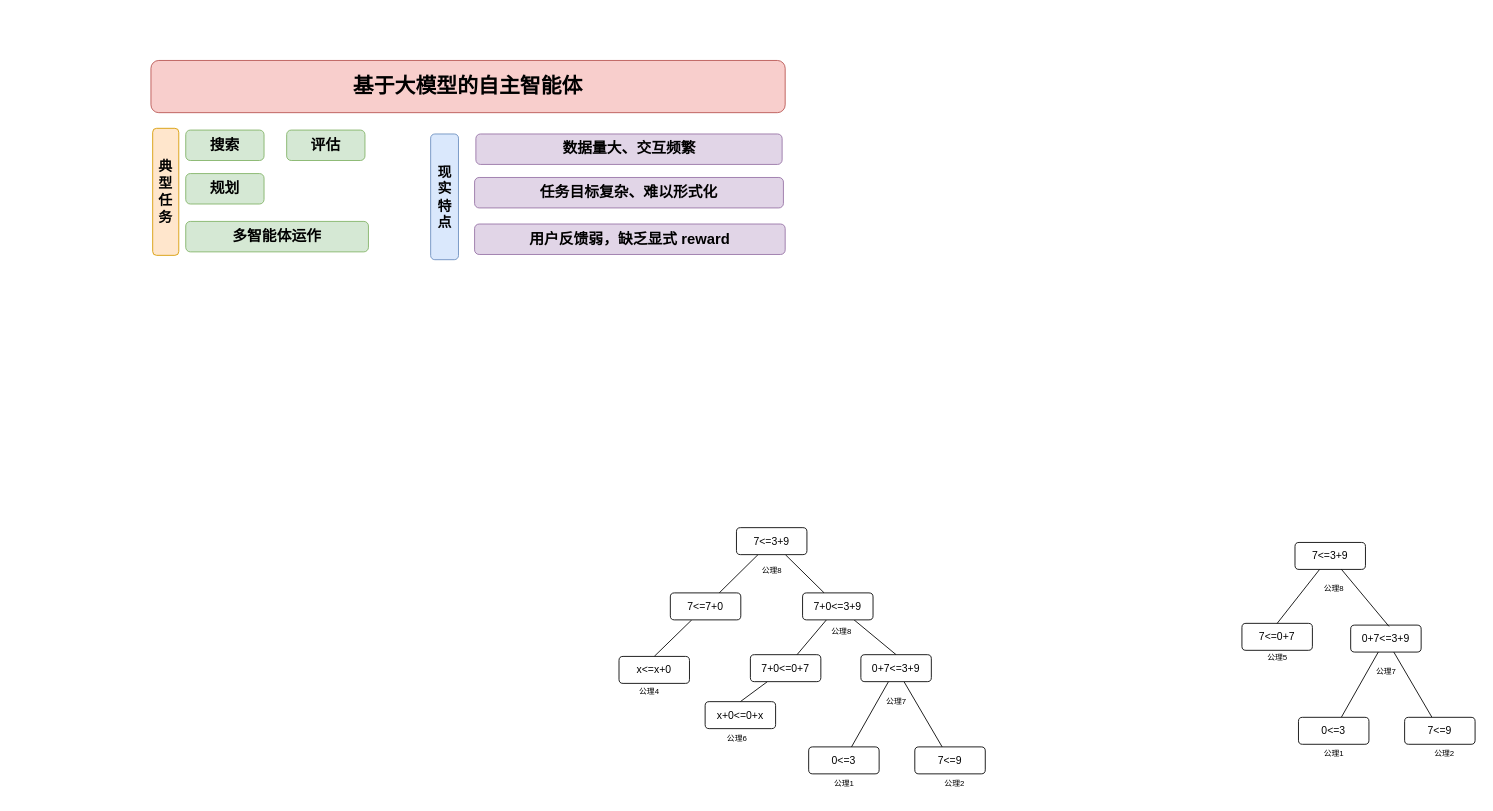
The draw.io diagram 测试.drawio in YiningZhang2002/BackUp, before the edit. Source tidied: cells renumbered, new cells numbered last; positions are measured from the earlier drawing's top-left corner, leaving out a move shared by most shapes. Both pictures are drawn from the tidied source at 87%, with x=0, y=0 at pixel (151, 60).
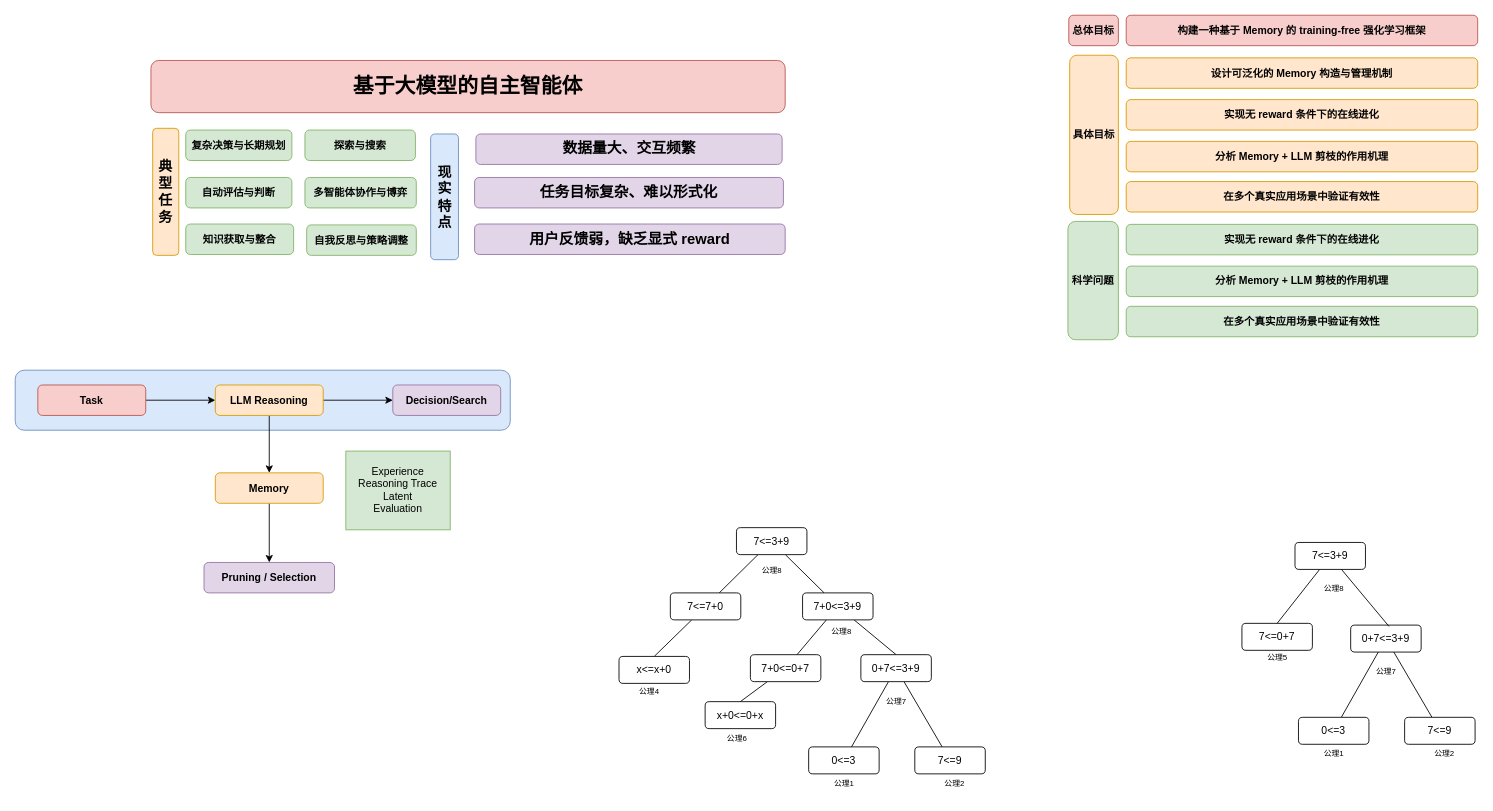
Above is the later version.

Diff of the diagram source:
```diff
@@
+    <mxCell id="50" style="rounded=1;whiteSpace=wrap;html=1;fillColor=#dae8fc;strokeColor=#6c8ebf;" parent="1" vertex="1">
+      <mxGeometry x="-156" y="356" width="569" height="69" as="geometry" />
+    </mxCell>
@@
-    <mxCell id="42" value="&lt;b&gt;&lt;font style=&quot;font-size: 17px;&quot;&gt;搜索&lt;/font&gt;&lt;/b&gt;" style="rounded=1;whiteSpace=wrap;html=1;fillColor=#d5e8d4;strokeColor=#82b366;" parent="1" vertex="1">
-      <mxGeometry x="40" y="80" width="90" height="35" as="geometry" />
+    <mxCell id="42" value="&lt;b&gt;复杂决策与长期规划&lt;/b&gt;" style="rounded=1;whiteSpace=wrap;html=1;fillColor=#d5e8d4;strokeColor=#82b366;" parent="1" vertex="1">
+      <mxGeometry x="40" y="80" width="122" height="35" as="geometry" />
     </mxCell>
-    <mxCell id="43" value="&lt;b&gt;&lt;font style=&quot;font-size: 17px;&quot;&gt;评估&lt;/font&gt;&lt;/b&gt;" style="rounded=1;whiteSpace=wrap;html=1;fillColor=#d5e8d4;strokeColor=#82b366;" parent="1" vertex="1">
-      <mxGeometry x="156" y="80" width="90" height="35" as="geometry" />
+    <mxCell id="43" value="&lt;b&gt;探索与搜索&lt;/b&gt;" style="rounded=1;whiteSpace=wrap;html=1;fillColor=#d5e8d4;strokeColor=#82b366;" parent="1" vertex="1">
+      <mxGeometry x="177" y="80" width="127" height="35" as="geometry" />
     </mxCell>
-    <mxCell id="44" value="&lt;b&gt;&lt;font style=&quot;font-size: 17px;&quot;&gt;规划&lt;/font&gt;&lt;/b&gt;" style="rounded=1;whiteSpace=wrap;html=1;fillColor=#d5e8d4;strokeColor=#82b366;" parent="1" vertex="1">
-      <mxGeometry x="40" y="130" width="90" height="35" as="geometry" />
+    <mxCell id="44" value="&lt;b&gt;自动评估与判断&lt;/b&gt;" style="rounded=1;whiteSpace=wrap;html=1;fillColor=#d5e8d4;strokeColor=#82b366;" parent="1" vertex="1">
+      <mxGeometry x="40" y="134.5" width="122" height="35" as="geometry" />
     </mxCell>
-    <mxCell id="45" value="&lt;b&gt;&lt;font style=&quot;font-size: 17px;&quot;&gt;多智能体运作&lt;/font&gt;&lt;/b&gt;" style="rounded=1;whiteSpace=wrap;html=1;fillColor=#d5e8d4;strokeColor=#82b366;" parent="1" vertex="1">
-      <mxGeometry x="40" y="185" width="210" height="35" as="geometry" />
-    </mxCell>
@@
+    <mxCell id="51" value="&lt;b&gt;多智能体协作与博弈&lt;/b&gt;" style="rounded=1;whiteSpace=wrap;html=1;fillColor=#d5e8d4;strokeColor=#82b366;" parent="1" vertex="1">
+      <mxGeometry x="177" y="134.5" width="128" height="35" as="geometry" />
+    </mxCell>
+    <mxCell id="52" value="&lt;b&gt;知识获取与整合&lt;/b&gt;" style="rounded=1;whiteSpace=wrap;html=1;fillColor=#d5e8d4;strokeColor=#82b366;" parent="1" vertex="1">
+      <mxGeometry x="40" y="188" width="124" height="35" as="geometry" />
+    </mxCell>
+    <mxCell id="53" value="&lt;b&gt;自我反思与策略调整&lt;/b&gt;" style="rounded=1;whiteSpace=wrap;html=1;fillColor=#d5e8d4;strokeColor=#82b366;" parent="1" vertex="1">
+      <mxGeometry x="179" y="189" width="126" height="35" as="geometry" />
+    </mxCell>
+    <mxCell id="54" style="edgeStyle=orthogonalEdgeStyle;rounded=0;jettySize=auto;html=1;" parent="1" edge="1" source="55" target="58">
+      <mxGeometry relative="1" as="geometry" />
+    </mxCell>
+    <mxCell id="55" value="&lt;b&gt;Task&lt;/b&gt;" style="rounded=1;whiteSpace=wrap;html=1;fillColor=#f8cecc;strokeColor=#b85450;" parent="1" vertex="1">
+      <mxGeometry x="-130" y="373" width="124" height="35" as="geometry" />
+    </mxCell>
+    <mxCell id="56" style="edgeStyle=orthogonalEdgeStyle;rounded=0;jettySize=auto;html=1;" parent="1" edge="1" source="58" target="59">
+      <mxGeometry relative="1" as="geometry" />
+    </mxCell>
+    <mxCell id="57" style="edgeStyle=orthogonalEdgeStyle;rounded=0;jettySize=auto;html=1;" parent="1" edge="1" source="58" target="61">
+      <mxGeometry relative="1" as="geometry" />
+    </mxCell>
+    <mxCell id="58" value="&lt;b&gt;LLM Reasoning&lt;/b&gt;" style="rounded=1;whiteSpace=wrap;html=1;fillColor=#ffe6cc;strokeColor=#d79b00;" parent="1" vertex="1">
+      <mxGeometry x="74" y="373" width="124" height="35" as="geometry" />
+    </mxCell>
+    <mxCell id="59" value="&lt;b&gt;Decision/Search&lt;/b&gt;" style="rounded=1;whiteSpace=wrap;html=1;fillColor=#e1d5e7;strokeColor=#9673a6;" parent="1" vertex="1">
+      <mxGeometry x="278" y="373" width="124" height="35" as="geometry" />
+    </mxCell>
+    <mxCell id="60" style="edgeStyle=orthogonalEdgeStyle;rounded=0;jettySize=auto;html=1;" parent="1" edge="1" source="61" target="63">
+      <mxGeometry relative="1" as="geometry" />
+    </mxCell>
+    <mxCell id="61" value="&lt;b&gt;Memory&lt;/b&gt;" style="rounded=1;whiteSpace=wrap;html=1;fillColor=#ffe6cc;strokeColor=#d79b00;" parent="1" vertex="1">
+      <mxGeometry x="74" y="474" width="124" height="35" as="geometry" />
+    </mxCell>
+    <mxCell id="62" value="Experience&lt;div&gt;Reasoning Trace&lt;/div&gt;&lt;div&gt;Latent&lt;/div&gt;&lt;div&gt;Evaluation&lt;/div&gt;" style="rounded=0;whiteSpace=wrap;html=1;fillColor=#d5e8d4;strokeColor=#82b366;" parent="1" vertex="1">
+      <mxGeometry x="224" y="449" width="120" height="90.5" as="geometry" />
+    </mxCell>
+    <mxCell id="63" value="&lt;b&gt;Pruning / Selection&lt;/b&gt;" style="rounded=1;whiteSpace=wrap;html=1;fillColor=#e1d5e7;strokeColor=#9673a6;" parent="1" vertex="1">
+      <mxGeometry x="61" y="577" width="150" height="35" as="geometry" />
+    </mxCell>
+    <mxCell id="64" value="&lt;b&gt;总体目标&lt;/b&gt;" style="rounded=1;whiteSpace=wrap;html=1;fillColor=#f8cecc;strokeColor=#b85450;" parent="1" vertex="1">
+      <mxGeometry x="1055" y="-52" width="57" height="35" as="geometry" />
+    </mxCell>
+    <mxCell id="65" value="&lt;b&gt;构建一种基于 Memory 的 training-free 强化学习框架&lt;/b&gt;" style="rounded=1;whiteSpace=wrap;html=1;fillColor=#f8cecc;strokeColor=#b85450;" parent="1" vertex="1">
+      <mxGeometry x="1121" y="-52" width="404" height="35" as="geometry" />
+    </mxCell>
+    <mxCell id="66" value="&lt;b&gt;具体目标&lt;/b&gt;" style="rounded=1;whiteSpace=wrap;html=1;fillColor=#ffe6cc;strokeColor=#d79b00;" parent="1" vertex="1">
+      <mxGeometry x="1056" y="-6" width="56" height="183" as="geometry" />
+    </mxCell>
+    <mxCell id="67" value="&lt;b&gt;科学问题&lt;/b&gt;" style="rounded=1;whiteSpace=wrap;html=1;fillColor=#d5e8d4;strokeColor=#82b366;" parent="1" vertex="1">
+      <mxGeometry x="1054" y="185" width="58" height="136" as="geometry" />
+    </mxCell>
+    <mxCell id="68" value="&lt;b&gt;设计可泛化的 Memory 构造与管理机制&lt;/b&gt;" style="rounded=1;whiteSpace=wrap;html=1;fillColor=#ffe6cc;strokeColor=#d79b00;" parent="1" vertex="1">
+      <mxGeometry x="1121" y="-3" width="404" height="35" as="geometry" />
+    </mxCell>
+    <mxCell id="69" value="&lt;div&gt;&lt;div style=&quot;&quot;&gt;&lt;b&gt;实现无 reward 条件下的在线进化&lt;/b&gt;&lt;/div&gt;&lt;/div&gt;" style="rounded=1;whiteSpace=wrap;html=1;fillColor=#ffe6cc;strokeColor=#d79b00;" parent="1" vertex="1">
+      <mxGeometry x="1121" y="45" width="404" height="35" as="geometry" />
+    </mxCell>
+    <mxCell id="70" value="&lt;b&gt;分析 Memory + LLM 剪枝的作用机理&lt;/b&gt;" style="rounded=1;whiteSpace=wrap;html=1;fillColor=#ffe6cc;strokeColor=#d79b00;" parent="1" vertex="1">
+      <mxGeometry x="1121" y="93" width="404" height="35" as="geometry" />
+    </mxCell>
+    <mxCell id="71" value="&lt;b&gt;在多个真实应用场景中验证有效性&lt;/b&gt;" style="rounded=1;whiteSpace=wrap;html=1;fillColor=#ffe6cc;strokeColor=#d79b00;" parent="1" vertex="1">
+      <mxGeometry x="1121" y="139.2" width="404" height="35" as="geometry" />
+    </mxCell>
+    <mxCell id="72" value="&lt;div&gt;&lt;div style=&quot;&quot;&gt;&lt;b&gt;实现无 reward 条件下的在线进化&lt;/b&gt;&lt;/div&gt;&lt;/div&gt;" style="rounded=1;whiteSpace=wrap;html=1;fillColor=#d5e8d4;strokeColor=#82b366;" parent="1" vertex="1">
+      <mxGeometry x="1121" y="188.4" width="404" height="35" as="geometry" />
+    </mxCell>
+    <mxCell id="73" value="&lt;b&gt;分析 Memory + LLM 剪枝的作用机理&lt;/b&gt;" style="rounded=1;whiteSpace=wrap;html=1;fillColor=#d5e8d4;strokeColor=#82b366;" parent="1" vertex="1">
+      <mxGeometry x="1121" y="236.4" width="404" height="35" as="geometry" />
+    </mxCell>
+    <mxCell id="74" value="&lt;b&gt;在多个真实应用场景中验证有效性&lt;/b&gt;" style="rounded=1;whiteSpace=wrap;html=1;fillColor=#d5e8d4;strokeColor=#82b366;" parent="1" vertex="1">
+      <mxGeometry x="1121" y="282.6" width="404" height="35" as="geometry" />
+    </mxCell>
```
